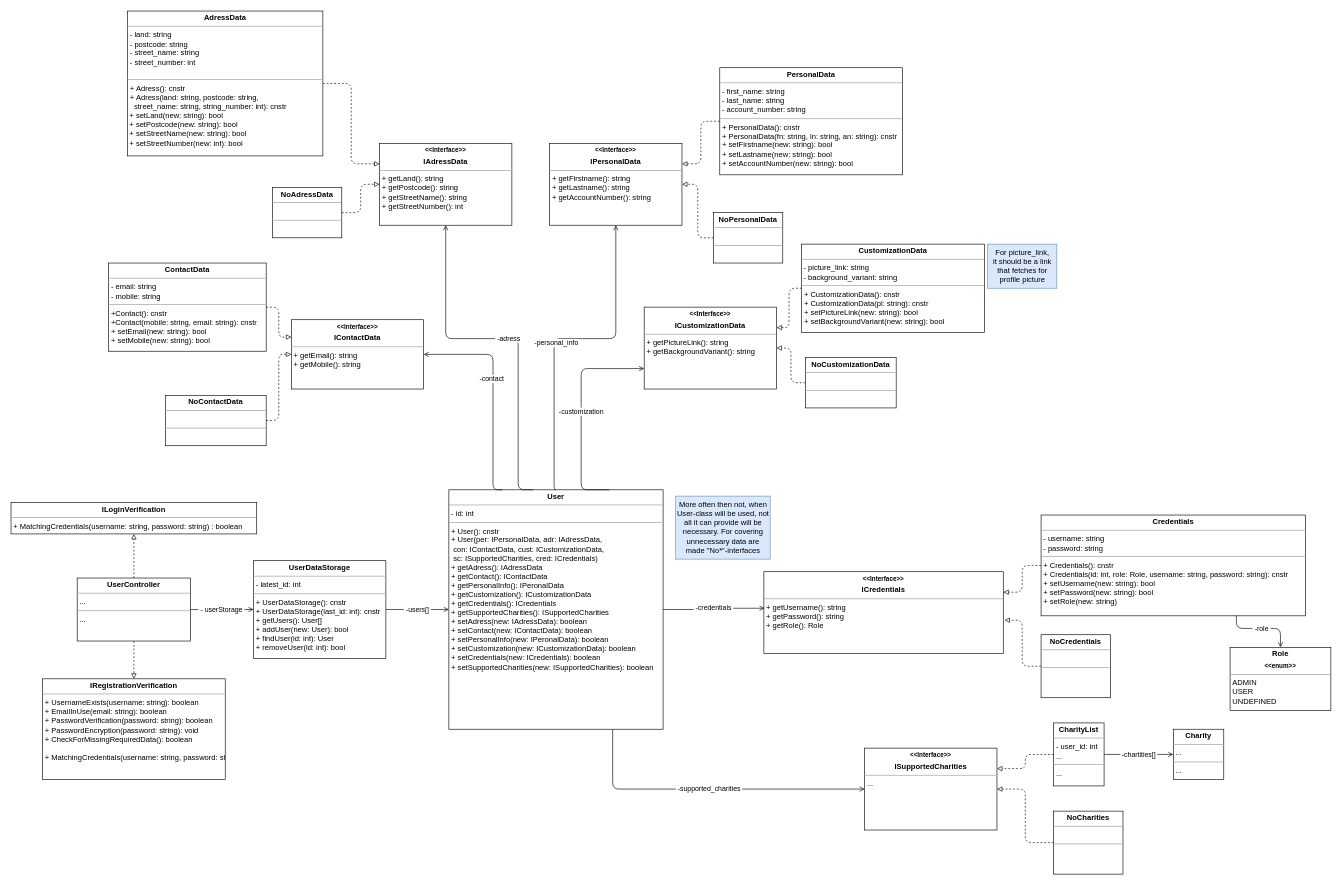
Before: S3_GroupProject_userUML.drawio in Gryfin123/diagrams_with_no_context, a draw.io diagram. Source tidied: cells renumbered, new cells numbered last; positions are measured from the earlier drawing's top-left corner, leaving out a move shared by most shapes. Both pictures are drawn from the tidied source at 63%, with x=0, y=0 at pixel (11, 11).
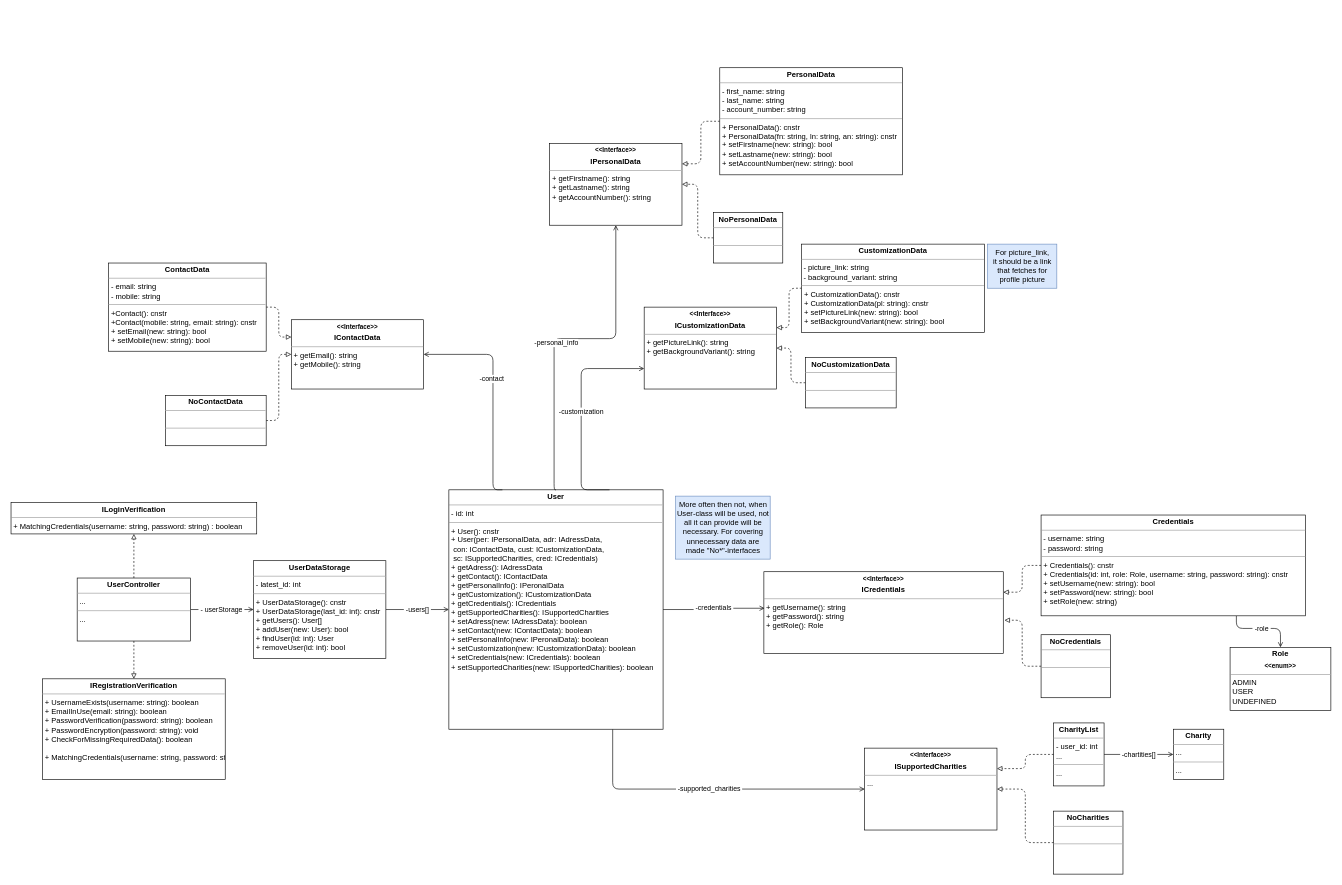
The same diagram, later.

Commit message:
Removed Adress from UML

The change refers to these unchanged cells:
```xml
<mxCell id="5" value="&lt;p style=&quot;margin: 0px ; margin-top: 4px ; text-align: center&quot;&gt;&lt;b&gt;User&lt;/b&gt;&lt;/p&gt;&lt;hr size=&quot;1&quot;&gt;&lt;p style=&quot;margin: 0px ; margin-left: 4px&quot;&gt;- id: int&lt;/p&gt;&lt;hr size=&quot;1&quot;&gt;&lt;p style=&quot;margin: 0px ; margin-left: 4px&quot;&gt;+ User(): cnstr&lt;/p&gt;&lt;p style=&quot;margin: 0px ; margin-left: 4px&quot;&gt;+ User(per: IPersonalData, adr: IAdressData,&lt;/p&gt;&lt;p style=&quot;margin: 0px ; margin-left: 4px&quot;&gt;&lt;span&gt; &lt;span&gt; &lt;/span&gt;&lt;/span&gt;&lt;span style=&quot;white-space: pre&quot;&gt; &lt;/span&gt;con: IContactData, cust: ICustomizationData,&lt;/p&gt;&lt;p style=&quot;margin: 0px ; margin-left: 4px&quot;&gt;&lt;span&gt; &lt;/span&gt;&lt;span&gt; &lt;/span&gt;&lt;span style=&quot;white-space: pre&quot;&gt; &lt;/span&gt;sc: ISupportedCharities, cred: ICredentials)&lt;/p&gt;&lt;p style=&quot;margin: 0px ; margin-left: 4px&quot;&gt;+ getAdress(): IAdressData&lt;/p&gt;&lt;p style=&quot;margin: 0px ; margin-left: 4px&quot;&gt;+ getContact(): IContactData&lt;/p&gt;&lt;p style=&quot;margin: 0px ; margin-left: 4px&quot;&gt;+ getPersonalInfo(): IPeronalData&lt;/p&gt;&lt;p style=&quot;margin: 0px ; margin-left: 4px&quot;&gt;+ getCustomization(): ICustomizationData&lt;/p&gt;&lt;p style=&quot;margin: 0px ; margin-left: 4px&quot;&gt;+ getCredentials(): ICredentials&lt;/p&gt;&lt;p style=&quot;margin: 0px ; margin-left: 4px&quot;&gt;+ getSupportedCharities(): ISupportedCharities&amp;nbsp;&lt;/p&gt;&lt;p style=&quot;margin: 0px 0px 0px 4px&quot;&gt;+ setAdress(new: IAdressData): boolean&lt;/p&gt;&lt;p style=&quot;margin: 0px 0px 0px 4px&quot;&gt;+ setContact(new: IContactData): boolean&lt;/p&gt;&lt;p style=&quot;margin: 0px 0px 0px 4px&quot;&gt;+ setPersonalInfo(new: IPeronalData): boolean&lt;/p&gt;&lt;p style=&quot;margin: 0px 0px 0px 4px&quot;&gt;+ setCustomization(new: ICustomizationData): boolean&lt;/p&gt;&lt;p style=&quot;margin: 0px 0px 0px 4px&quot;&gt;+ setCredentials(new: ICredentials): boolean&lt;/p&gt;&lt;p style=&quot;margin: 0px 0px 0px 4px&quot;&gt;+ setSupportedCharities(new: ISupportedCharities): boolean&amp;nbsp;&lt;/p&gt;" style="verticalAlign=top;align=left;overflow=fill;fontSize=12;fontFamily=Helvetica;html=1;spacingLeft=0;spacingRight=0;spacing=2;" parent="1" vertex="1">
  <mxGeometry x="695" y="760" width="340" height="380" as="geometry" />
</mxCell>
```

Change to the diagram source:
```diff
@@
-    <mxCell id="10" style="edgeStyle=orthogonalEdgeStyle;jettySize=auto;html=1;entryX=0;entryY=0.25;entryDx=0;entryDy=0;dashed=1;endArrow=block;endFill=0;" parent="1" edge="1" source="11" target="33">
-      <mxGeometry relative="1" as="geometry" />
-    </mxCell>
-    <mxCell id="11" value="&lt;p style=&quot;margin: 0px ; margin-top: 4px ; text-align: center&quot;&gt;&lt;b&gt;AdressData&lt;/b&gt;&lt;/p&gt;&lt;hr size=&quot;1&quot;&gt;&lt;p style=&quot;margin: 0px ; margin-left: 4px&quot;&gt;- land: string&lt;/p&gt;&lt;p style=&quot;margin: 0px ; margin-left: 4px&quot;&gt;- postcode: string&lt;/p&gt;&lt;p style=&quot;margin: 0px ; margin-left: 4px&quot;&gt;- street_name: string&lt;/p&gt;&lt;p style=&quot;margin: 0px ; margin-left: 4px&quot;&gt;- street_number: int&lt;/p&gt;&lt;p style=&quot;margin: 0px ; margin-left: 4px&quot;&gt;&lt;br&gt;&lt;/p&gt;&lt;hr size=&quot;1&quot;&gt;&lt;p style=&quot;margin: 0px ; margin-left: 4px&quot;&gt;+ Adress(): cnstr&lt;/p&gt;&lt;p style=&quot;margin: 0px ; margin-left: 4px&quot;&gt;+ Adress(land: string, postcode: string,&amp;nbsp;&lt;/p&gt;&lt;p style=&quot;margin: 0px ; margin-left: 4px&quot;&gt;&lt;span style=&quot;white-space: pre&quot;&gt; &lt;span style=&quot;white-space: pre&quot;&gt; &lt;/span&gt;&lt;/span&gt;street_name: string, string_number: int): cnstr&lt;/p&gt;&amp;nbsp;+ setLand(new: string): bool&lt;br&gt;&amp;nbsp;+ setPostcode(new: string): bool&lt;br&gt;&amp;nbsp;+ setStreetName(new: string): bool&lt;br&gt;&amp;nbsp;+ setStreetNumber(new: int): bool" style="verticalAlign=top;align=left;overflow=fill;fontSize=12;fontFamily=Helvetica;html=1;spacingLeft=0;spacingRight=0;spacing=2;" parent="1" vertex="1">
-      <mxGeometry x="185" width="310" height="230" as="geometry" />
-    </mxCell>
@@
-    <mxCell id="16" value="&amp;nbsp;-adress&amp;nbsp;" style="edgeStyle=orthogonalEdgeStyle;jettySize=auto;html=1;entryX=0.5;entryY=1;entryDx=0;entryDy=0;endArrow=open;endFill=0;exitX=0.393;exitY=0;exitDx=0;exitDy=0;exitPerimeter=0;" parent="1" edge="1" source="5" target="33">
-      <mxGeometry relative="1" as="geometry">
-        <Array as="points">
-          <mxPoint x="805" y="520" />
-          <mxPoint x="690" y="520" />
-        </Array>
-      </mxGeometry>
-    </mxCell>
@@
-    <mxCell id="33" value="&lt;p style=&quot;margin: 0px ; margin-top: 4px ; text-align: center&quot;&gt;&lt;b&gt;&lt;font style=&quot;font-size: 10px&quot;&gt;&amp;lt;&amp;lt;Interface&amp;gt;&amp;gt;&lt;/font&gt;&lt;/b&gt;&lt;/p&gt;&lt;p style=&quot;margin: 0px ; margin-top: 4px ; text-align: center&quot;&gt;&lt;b&gt;IAdressData&lt;/b&gt;&lt;/p&gt;&lt;hr size=&quot;1&quot;&gt;&lt;p style=&quot;margin: 0px ; margin-left: 4px&quot;&gt;&lt;span&gt;+ getLand(): string&lt;/span&gt;&lt;/p&gt;&lt;p style=&quot;margin: 0px 0px 0px 4px&quot;&gt;+ getPostcode(): string&lt;/p&gt;&lt;p style=&quot;margin: 0px 0px 0px 4px&quot;&gt;+ getStreetName(): string&lt;/p&gt;&lt;p style=&quot;margin: 0px 0px 0px 4px&quot;&gt;+ getStreetNumber(): int&lt;/p&gt;" style="verticalAlign=top;align=left;overflow=fill;fontSize=12;fontFamily=Helvetica;html=1;spacingLeft=0;spacingRight=0;spacing=2;" parent="1" vertex="1">
-      <mxGeometry x="585" y="210" width="210" height="130" as="geometry" />
-    </mxCell>
-    <mxCell id="34" style="edgeStyle=orthogonalEdgeStyle;jettySize=auto;html=1;entryX=0;entryY=0.5;entryDx=0;entryDy=0;dashed=1;endArrow=block;endFill=0;" parent="1" edge="1" source="35" target="33">
-      <mxGeometry relative="1" as="geometry" />
-    </mxCell>
-    <mxCell id="35" value="&lt;p style=&quot;margin: 0px ; margin-top: 4px ; text-align: center&quot;&gt;&lt;b&gt;NoAdressData&lt;/b&gt;&lt;/p&gt;&lt;hr size=&quot;1&quot;&gt;&lt;p style=&quot;margin: 0px ; margin-left: 4px&quot;&gt;&lt;br&gt;&lt;/p&gt;&lt;hr size=&quot;1&quot;&gt;&lt;p style=&quot;margin: 0px ; margin-left: 4px&quot;&gt;&lt;br&gt;&lt;/p&gt;" style="verticalAlign=top;align=left;overflow=fill;fontSize=12;fontFamily=Helvetica;html=1;spacingLeft=0;spacingRight=0;spacing=2;" parent="1" vertex="1">
-      <mxGeometry x="415" y="280" width="110" height="80" as="geometry" />
-    </mxCell>
```
